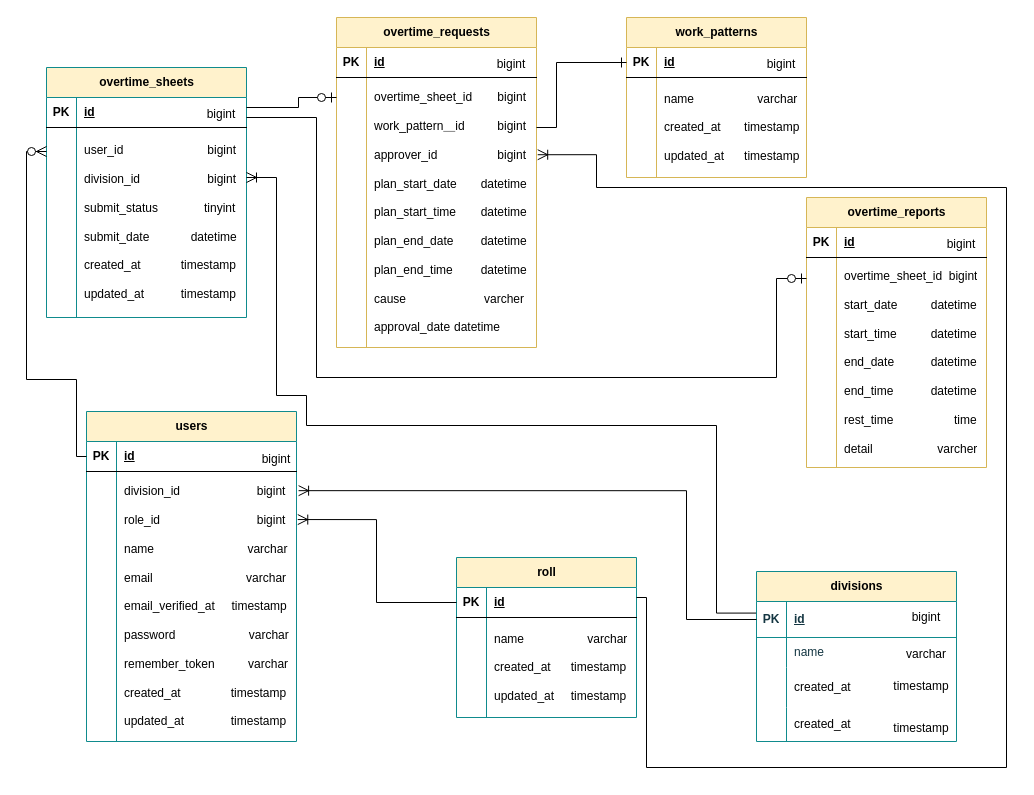
Above: doc/ER図/ER図 残業管理システム(プロトタイプ).drawio in DinerBonbero/overtimeSystemPrototype_laravel_livewire_tailwind (draw.io), before the change. Source tidied: cells renumbered, new cells numbered last; positions are measured from the earlier drawing's top-left corner, leaving out a move shared by most shapes. Both pictures are drawn from the tidied source at 100%, with x=0, y=0 at pixel (26, 17).
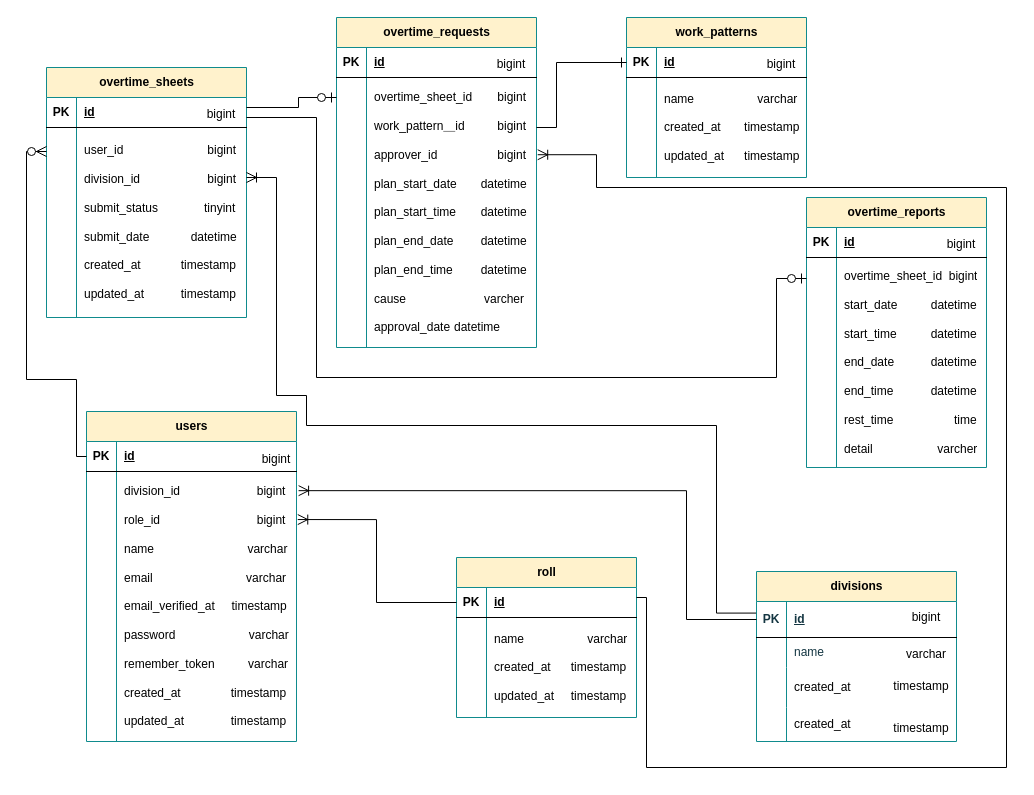
The same page after the edit.

Commit message (it also covers changes not shown here):
ER図修正：枠線の色を青に統一

Unchanged cells that the change refers to:
```xml
<mxCell id="2" value="divisions" style="shape=table;startSize=30;childLayout=tableLayout;rowLines=0;fontStyle=1;align=center;html=1;labelBackgroundColor=none;fillColor=#fff2cc;strokeColor=#0F8B8D;" parent="1" vertex="1">
  <mxGeometry x="730" y="554" width="200" height="170" as="geometry" />
</mxCell>
<mxCell id="56" style="shape=tableRow;horizontal=0;startSize=0;swimlaneHead=0;swimlaneBody=0;fillColor=none;points=[[0,0.5],[1,0.5]];portConstraint=eastwest;top=0;left=0;right=0;bottom=1;" parent="55" vertex="1">
  <mxGeometry y="30" width="180" height="30" as="geometry" />
</mxCell>
```

The edit, as a diff of the source:
```diff
@@
-    <mxCell id="3" style="shape=tableRow;horizontal=0;startSize=0;swimlaneHead=0;swimlaneBody=0;fillColor=none;points=[[0,0.5],[1,0.5]];portConstraint=eastwest;top=0;left=0;right=0;bottom=1;labelBackgroundColor=none;strokeColor=#0F8B8D;fontColor=#143642;" parent="2" vertex="1">
+    <mxCell id="3" style="shape=tableRow;horizontal=0;startSize=0;swimlaneHead=0;swimlaneBody=0;fillColor=none;points=[[0,0.5],[1,0.5]];portConstraint=eastwest;top=0;left=0;right=0;bottom=1;labelBackgroundColor=none;strokeColor=light-dark(#000000,#000000);fontColor=#143642;" parent="2" vertex="1">
       <mxGeometry y="30" width="200" height="36" as="geometry" />
     </mxCell>
@@
-    <mxCell id="48" value="overtime_requests" style="shape=table;startSize=30;childLayout=tableLayout;rowLines=0;fontStyle=1;align=center;html=1;fillColor=#fff2cc;strokeColor=#d6b656;" parent="1" vertex="1">
+    <mxCell id="48" value="overtime_requests" style="shape=table;startSize=30;childLayout=tableLayout;rowLines=0;fontStyle=1;align=center;html=1;fillColor=#fff2cc;strokeColor=#0F8B8D;" parent="1" vertex="1">
       <mxGeometry x="310" width="200" height="330" as="geometry" />
     </mxCell>
@@
-    <mxCell id="55" value="work_patterns" style="shape=table;startSize=30;childLayout=tableLayout;rowLines=0;fontStyle=1;align=center;html=1;fillColor=#fff2cc;strokeColor=#d6b656;" parent="1" vertex="1">
+    <mxCell id="55" value="work_patterns" style="shape=table;startSize=30;childLayout=tableLayout;rowLines=0;fontStyle=1;align=center;html=1;fillColor=#fff2cc;strokeColor=#0F8B8D;" parent="1" vertex="1">
       <mxGeometry x="600" width="180" height="160" as="geometry" />
     </mxCell>
@@
-    <mxCell id="58" value="id" style="shape=partialRectangle;fillColor=none;top=0;left=0;bottom=0;right=0;align=left;spacingLeft=6;fontStyle=5;overflow=hidden;whiteSpace=wrap;html=1;" parent="56" vertex="1">
+    <mxCell id="58" value="id" style="shape=partialRectangle;fillColor=none;top=0;left=0;bottom=0;right=0;align=left;spacingLeft=6;fontStyle=5;overflow=hidden;whiteSpace=wrap;html=1;strokeColor=#0F8B8D;" parent="56" vertex="1">
       <mxGeometry x="30" width="150" height="30" as="geometry" />
     </mxCell>
@@
-    <mxCell id="65" value="overtime_reports" style="shape=table;startSize=30;childLayout=tableLayout;rowLines=0;fontStyle=1;align=center;html=1;fillColor=#fff2cc;strokeColor=#d6b656;" parent="1" vertex="1">
+    <mxCell id="65" value="overtime_reports" style="shape=table;startSize=30;childLayout=tableLayout;rowLines=0;fontStyle=1;align=center;html=1;fillColor=#fff2cc;strokeColor=#0F8B8D;" parent="1" vertex="1">
       <mxGeometry x="780" y="180" width="180" height="270" as="geometry" />
     </mxCell>
```
